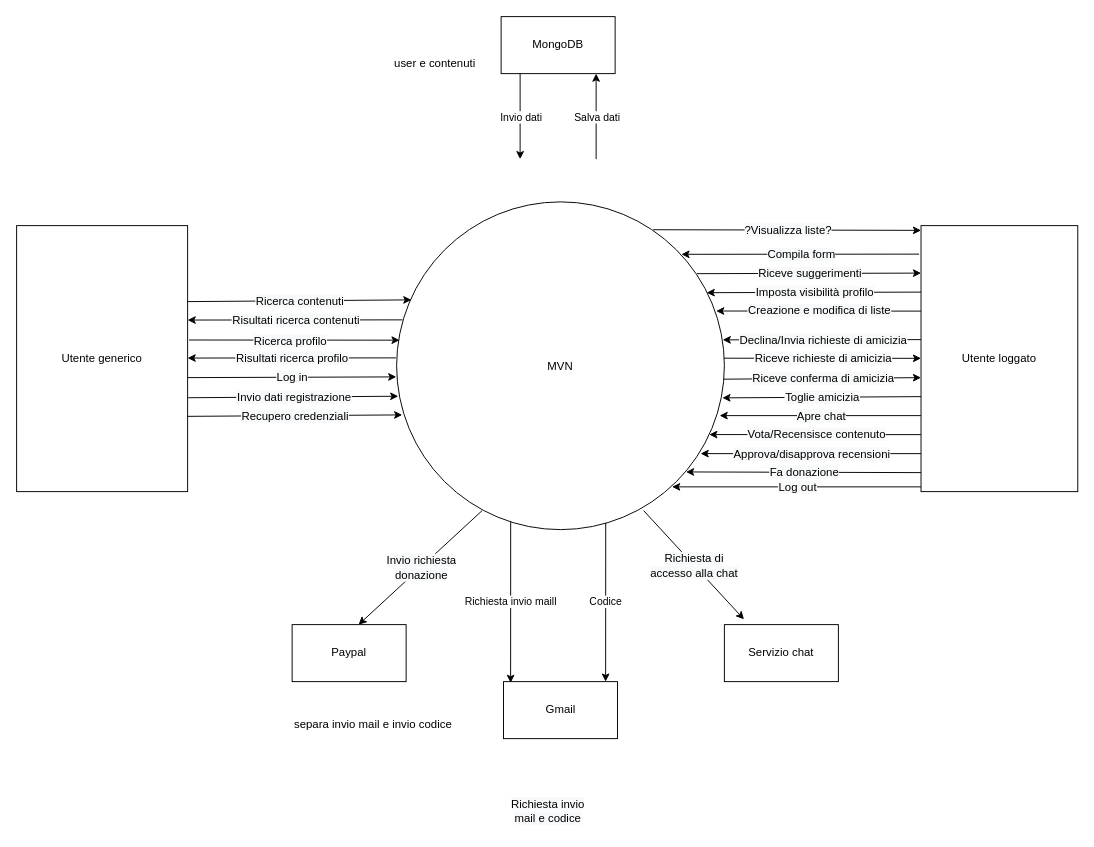
The draw.io diagram ContestDiagram.drawio in Organizzazione-IngSoftware/BancoLavoroD2, before the edit. Source tidied: cells renumbered, new cells numbered last; positions are measured from the earlier drawing's top-left corner, leaving out a move shared by most shapes. Both pictures are drawn from the tidied source at 95%, with x=0, y=0 at pixel (16, 16).
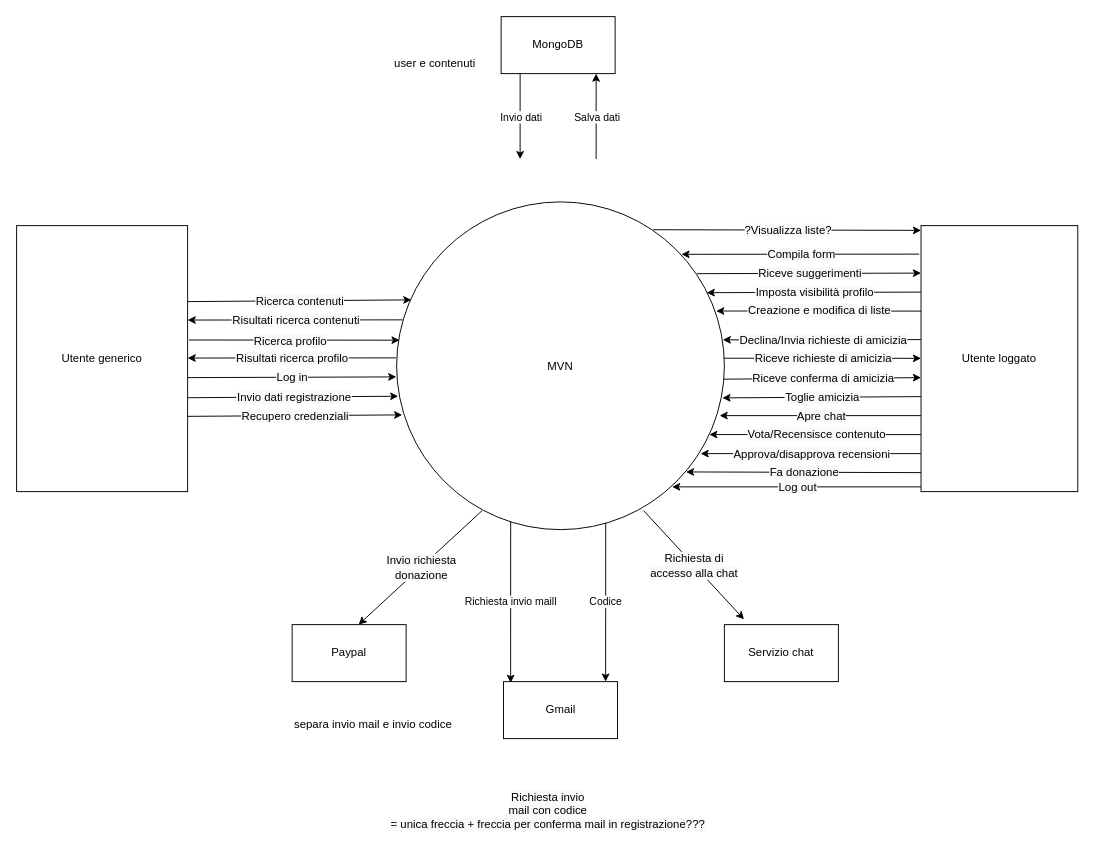
The same diagram, later.

The change refers to these unchanged cells:
```xml
<mxCell id="54" value="Richiesta invio maill" style="endArrow=classic;html=1;rounded=0;exitX=0.348;exitY=0.975;exitDx=0;exitDy=0;exitPerimeter=0;" parent="1" edge="1" source="2">
  <mxGeometry relative="1" as="geometry">
    <mxPoint x="520" y="701.3" as="targetPoint" />
  </mxGeometry>
</mxCell>
```

What changed in the source:
```diff
@@
-    <mxCell id="55" value="&lt;span style=&quot;font-size: 12px; background-color: rgb(248, 249, 250);&quot;&gt;Richiesta invio&lt;/span&gt;&lt;br style=&quot;font-size: 12px; background-color: rgb(248, 249, 250);&quot;&gt;&lt;span style=&quot;font-size: 12px; background-color: rgb(248, 249, 250);&quot;&gt;mail e codice&lt;/span&gt;" style="edgeLabel;html=1;align=center;verticalAlign=middle;" parent="54" vertex="1">
+    <mxCell id="55" value="&lt;span style=&quot;font-size: 12px; background-color: rgb(248, 249, 250);&quot;&gt;Richiesta invio&lt;/span&gt;&lt;br style=&quot;font-size: 12px; background-color: rgb(248, 249, 250);&quot;&gt;&lt;span style=&quot;font-size: 12px; background-color: rgb(248, 249, 250);&quot;&gt;mail con codice&lt;br&gt;= unica freccia + freccia per conferma mail in registrazione???&lt;br&gt;&lt;/span&gt;" style="edgeLabel;html=1;align=center;verticalAlign=middle;" parent="54" vertex="1">
       <mxGeometry relative="1" as="geometry">
         <mxPoint x="38" y="219" as="offset" />
       </mxGeometry>
     </mxCell>
```
